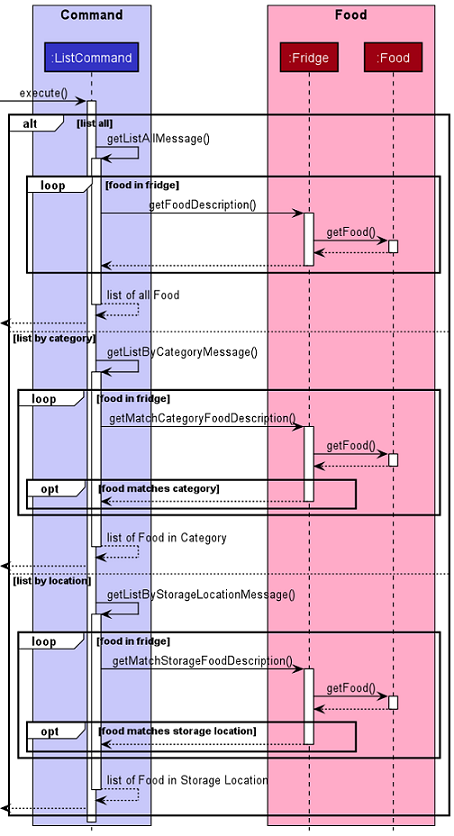
nus-cs2113-AY2021S2/tp keeps this PlantUML diagram as docs/diagrams/diagram_images/ListCommandSequenceDiagram.png. Above is the earlier version.
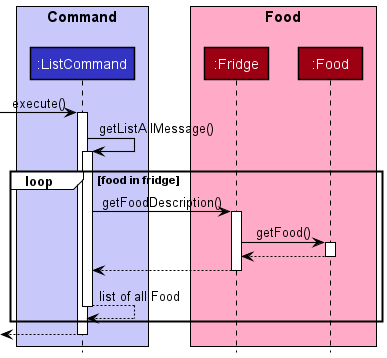
The same diagram one commit later.

Commit message:
Modified Sequence Diagram

What changed in the source:
```diff
@@ -11,76 +11,18 @@
 Participant ":Food" as food FOOD_COLOR
 end box
 
+autoactivate on
 -> list: execute()
-activate list
 
-alt list all
-        list -> list: getListAllMessage()
-        activate list
-        loop food in fridge
-            list-> fridge: getFoodDescription()
-            activate fridge
+list -> list: getListAllMessage()
+loop food in fridge
+    list-> fridge: getFoodDescription()
 
-            fridge -> food: getFood()
-                activate food
-                return
-                return
-                deactivate food
+    fridge -> food: getFood()
+        return
+        return
 
-            deactivate fridge
-        end
-        list --> list: list of all Food
-
-
-deactivate list
-<--list
-else list by category
-
-        list -> list: getListByCategoryMessage()
-        activate list
-        loop food in fridge
-            list-> fridge: getMatchCategoryFoodDescription()
-            activate fridge
-
-            fridge -> food: getFood()
-                activate food
-                return
-                opt food matches category
-                return
-                end
-                deactivate food
-
-            deactivate fridge
-        end
-        list --> list: list of Food in Category
-
-deactivate list
-<--list
-
-else list by location
-        list -> list: getListByStorageLocationMessage()
-        activate list
-        loop food in fridge
-            list-> fridge: getMatchStorageFoodDescription()
-            activate fridge
-
-            fridge -> food: getFood()
-                activate food
-                return
-                opt food matches storage location
-                return
-                end
-                deactivate food
-
-            deactivate fridge
-        end
-        list --> list: list of Food in Storage Location
-
-deactivate list
-<--list
-
+    list --> list: list of all Food
 end
-
-deactivate list
-
+return
 @enduml
```
